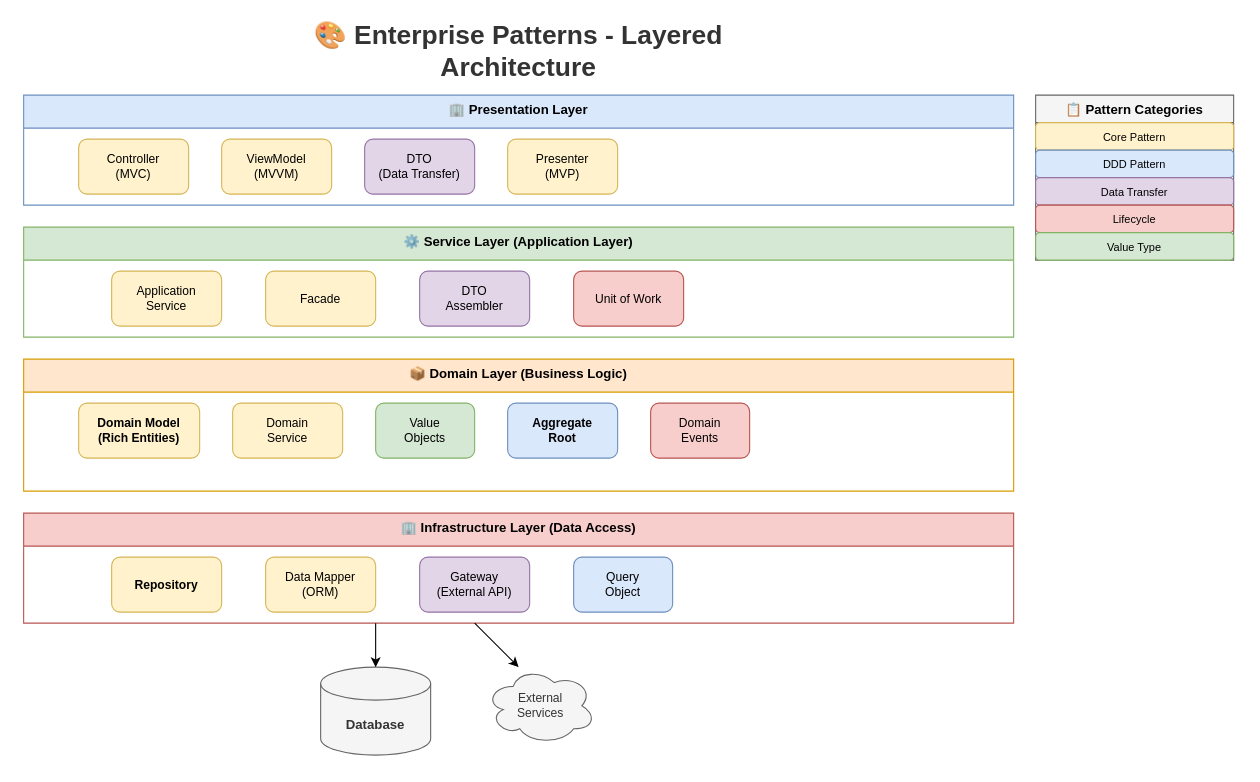
This is lesson-01-software-design-architecture/01-design-patterns/1.4-enterprise-patterns-layers.drawio from MrParkerZ7/document-lesson-software-architect-x-claude, a draw.io file, before an edit. Source tidied: cells renumbered, new cells numbered last; positions are measured from the earlier drawing's top-left corner, leaving out a move shared by most shapes. Both pictures are drawn from the tidied source at 110%, with x=0, y=0 at pixel (23, 29).
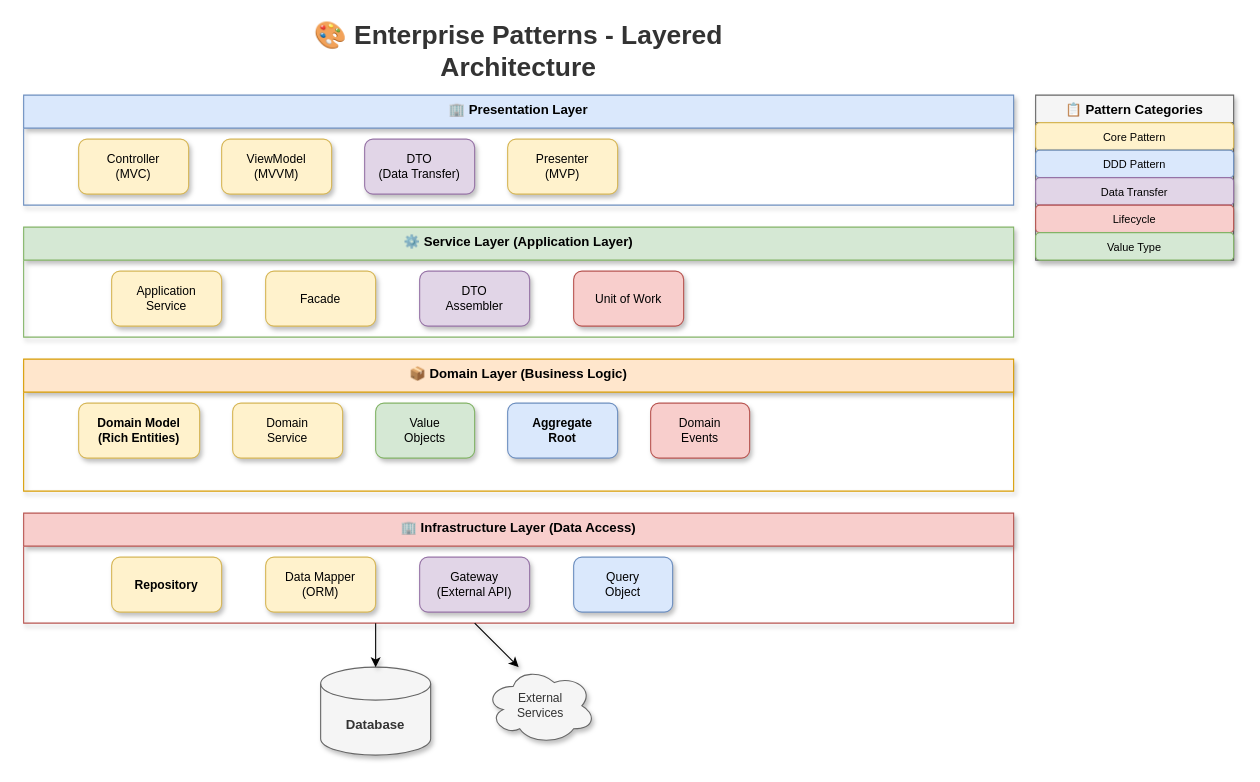
After the change.

Change to the diagram source:
```diff
@@
-    <mxCell id="3" value="🏢 Presentation Layer" style="swimlane;fontStyle=1;align=center;verticalAlign=top;horizontal=1;startSize=30;fillColor=#dae8fc;strokeColor=#6c8ebf;" parent="1" vertex="1">
+    <mxCell id="3" value="🏢 Presentation Layer" style="swimlane;fontStyle=1;align=center;verticalAlign=top;horizontal=1;startSize=30;fillColor=#dae8fc;strokeColor=#6c8ebf;shadow=1;rounded=0;" parent="1" vertex="1">
       <mxGeometry y="60" width="900" height="100" as="geometry" />
     </mxCell>
@@
-    <mxCell id="5" value="Controller&#10;(MVC)" style="rounded=1;whiteSpace=wrap;html=1;fillColor=#fff2cc;strokeColor=#d6b656;fontSize=11;" parent="1" vertex="1">
+    <mxCell id="5" value="Controller&#10;(MVC)" style="rounded=1;whiteSpace=wrap;html=1;fillColor=#fff2cc;strokeColor=#d6b656;fontSize=11;shadow=1;" parent="1" vertex="1">
       <mxGeometry x="50" y="100" width="100" height="50" as="geometry" />
     </mxCell>
-    <mxCell id="6" value="ViewModel&#10;(MVVM)" style="rounded=1;whiteSpace=wrap;html=1;fillColor=#fff2cc;strokeColor=#d6b656;fontSize=11;" parent="1" vertex="1">
+    <mxCell id="6" value="ViewModel&#10;(MVVM)" style="rounded=1;whiteSpace=wrap;html=1;fillColor=#fff2cc;strokeColor=#d6b656;fontSize=11;shadow=1;" parent="1" vertex="1">
       <mxGeometry x="180" y="100" width="100" height="50" as="geometry" />
     </mxCell>
-    <mxCell id="7" value="DTO&#10;(Data Transfer)" style="rounded=1;whiteSpace=wrap;html=1;fillColor=#e1d5e7;strokeColor=#9673a6;fontSize=11;" parent="1" vertex="1">
+    <mxCell id="7" value="DTO&#10;(Data Transfer)" style="rounded=1;whiteSpace=wrap;html=1;fillColor=#e1d5e7;strokeColor=#9673a6;fontSize=11;shadow=1;" parent="1" vertex="1">
       <mxGeometry x="310" y="100" width="100" height="50" as="geometry" />
     </mxCell>
-    <mxCell id="8" value="Presenter&#10;(MVP)" style="rounded=1;whiteSpace=wrap;html=1;fillColor=#fff2cc;strokeColor=#d6b656;fontSize=11;" parent="1" vertex="1">
+    <mxCell id="8" value="Presenter&#10;(MVP)" style="rounded=1;whiteSpace=wrap;html=1;fillColor=#fff2cc;strokeColor=#d6b656;fontSize=11;shadow=1;" parent="1" vertex="1">
       <mxGeometry x="440" y="100" width="100" height="50" as="geometry" />
     </mxCell>
-    <mxCell id="9" value="⚙️ Service Layer (Application Layer)" style="swimlane;fontStyle=1;align=center;verticalAlign=top;horizontal=1;startSize=30;fillColor=#d5e8d4;strokeColor=#82b366;" parent="1" vertex="1">
+    <mxCell id="9" value="⚙️ Service Layer (Application Layer)" style="swimlane;fontStyle=1;align=center;verticalAlign=top;horizontal=1;startSize=30;fillColor=#d5e8d4;strokeColor=#82b366;shadow=1;rounded=0;" parent="1" vertex="1">
       <mxGeometry y="180" width="900" height="100" as="geometry" />
     </mxCell>
@@
-    <mxCell id="11" value="Application&#10;Service" style="rounded=1;whiteSpace=wrap;html=1;fillColor=#fff2cc;strokeColor=#d6b656;fontSize=11;" parent="1" vertex="1">
+    <mxCell id="11" value="Application&#10;Service" style="rounded=1;whiteSpace=wrap;html=1;fillColor=#fff2cc;strokeColor=#d6b656;fontSize=11;shadow=1;" parent="1" vertex="1">
       <mxGeometry x="80" y="220" width="100" height="50" as="geometry" />
     </mxCell>
-    <mxCell id="12" value="Facade" style="rounded=1;whiteSpace=wrap;html=1;fillColor=#fff2cc;strokeColor=#d6b656;fontSize=11;" parent="1" vertex="1">
+    <mxCell id="12" value="Facade" style="rounded=1;whiteSpace=wrap;html=1;fillColor=#fff2cc;strokeColor=#d6b656;fontSize=11;shadow=1;" parent="1" vertex="1">
       <mxGeometry x="220" y="220" width="100" height="50" as="geometry" />
     </mxCell>
-    <mxCell id="13" value="DTO&#10;Assembler" style="rounded=1;whiteSpace=wrap;html=1;fillColor=#e1d5e7;strokeColor=#9673a6;fontSize=11;" parent="1" vertex="1">
+    <mxCell id="13" value="DTO&#10;Assembler" style="rounded=1;whiteSpace=wrap;html=1;fillColor=#e1d5e7;strokeColor=#9673a6;fontSize=11;shadow=1;" parent="1" vertex="1">
       <mxGeometry x="360" y="220" width="100" height="50" as="geometry" />
     </mxCell>
-    <mxCell id="14" value="Unit of Work" style="rounded=1;whiteSpace=wrap;html=1;fillColor=#f8cecc;strokeColor=#b85450;fontSize=11;" parent="1" vertex="1">
+    <mxCell id="14" value="Unit of Work" style="rounded=1;whiteSpace=wrap;html=1;fillColor=#f8cecc;strokeColor=#b85450;fontSize=11;shadow=1;" parent="1" vertex="1">
       <mxGeometry x="500" y="220" width="100" height="50" as="geometry" />
     </mxCell>
-    <mxCell id="15" value="📦 Domain Layer (Business Logic)" style="swimlane;fontStyle=1;align=center;verticalAlign=top;horizontal=1;startSize=30;fillColor=#ffe6cc;strokeColor=#d79b00;" parent="1" vertex="1">
+    <mxCell id="15" value="📦 Domain Layer (Business Logic)" style="swimlane;fontStyle=1;align=center;verticalAlign=top;horizontal=1;startSize=30;fillColor=#ffe6cc;strokeColor=#d79b00;shadow=1;rounded=0;" parent="1" vertex="1">
       <mxGeometry y="300" width="900" height="120" as="geometry" />
     </mxCell>
@@
-    <mxCell id="17" value="Domain Model&#10;(Rich Entities)" style="rounded=1;whiteSpace=wrap;html=1;fillColor=#fff2cc;strokeColor=#d6b656;fontSize=11;fontStyle=1;" parent="1" vertex="1">
+    <mxCell id="17" value="Domain Model&#10;(Rich Entities)" style="rounded=1;whiteSpace=wrap;html=1;fillColor=#fff2cc;strokeColor=#d6b656;fontSize=11;fontStyle=1;shadow=1;" parent="1" vertex="1">
       <mxGeometry x="50" y="340" width="110" height="50" as="geometry" />
     </mxCell>
-    <mxCell id="18" value="Domain&#10;Service" style="rounded=1;whiteSpace=wrap;html=1;fillColor=#fff2cc;strokeColor=#d6b656;fontSize=11;" parent="1" vertex="1">
+    <mxCell id="18" value="Domain&#10;Service" style="rounded=1;whiteSpace=wrap;html=1;fillColor=#fff2cc;strokeColor=#d6b656;fontSize=11;shadow=1;" parent="1" vertex="1">
       <mxGeometry x="190" y="340" width="100" height="50" as="geometry" />
     </mxCell>
-    <mxCell id="19" value="Value&#10;Objects" style="rounded=1;whiteSpace=wrap;html=1;fillColor=#d5e8d4;strokeColor=#82b366;fontSize=11;" parent="1" vertex="1">
+    <mxCell id="19" value="Value&#10;Objects" style="rounded=1;whiteSpace=wrap;html=1;fillColor=#d5e8d4;strokeColor=#82b366;fontSize=11;shadow=1;" parent="1" vertex="1">
       <mxGeometry x="320" y="340" width="90" height="50" as="geometry" />
     </mxCell>
-    <mxCell id="20" value="Aggregate&#10;Root" style="rounded=1;whiteSpace=wrap;html=1;fillColor=#dae8fc;strokeColor=#6c8ebf;fontSize=11;fontStyle=1;" parent="1" vertex="1">
+    <mxCell id="20" value="Aggregate&#10;Root" style="rounded=1;whiteSpace=wrap;html=1;fillColor=#dae8fc;strokeColor=#6c8ebf;fontSize=11;fontStyle=1;shadow=1;" parent="1" vertex="1">
       <mxGeometry x="440" y="340" width="100" height="50" as="geometry" />
     </mxCell>
-    <mxCell id="21" value="Domain&#10;Events" style="rounded=1;whiteSpace=wrap;html=1;fillColor=#f8cecc;strokeColor=#b85450;fontSize=11;" parent="1" vertex="1">
+    <mxCell id="21" value="Domain&#10;Events" style="rounded=1;whiteSpace=wrap;html=1;fillColor=#f8cecc;strokeColor=#b85450;fontSize=11;shadow=1;" parent="1" vertex="1">
       <mxGeometry x="570" y="340" width="90" height="50" as="geometry" />
     </mxCell>
-    <mxCell id="22" value="🏢 Infrastructure Layer (Data Access)" style="swimlane;fontStyle=1;align=center;verticalAlign=top;horizontal=1;startSize=30;fillColor=#f8cecc;strokeColor=#b85450;" parent="1" vertex="1">
+    <mxCell id="22" value="🏢 Infrastructure Layer (Data Access)" style="swimlane;fontStyle=1;align=center;verticalAlign=top;horizontal=1;startSize=30;fillColor=#f8cecc;strokeColor=#b85450;shadow=1;rounded=0;" parent="1" vertex="1">
       <mxGeometry y="440" width="900" height="100" as="geometry" />
     </mxCell>
@@
-    <mxCell id="24" value="Repository" style="rounded=1;whiteSpace=wrap;html=1;fillColor=#fff2cc;strokeColor=#d6b656;fontSize=11;fontStyle=1;" parent="1" vertex="1">
+    <mxCell id="24" value="Repository" style="rounded=1;whiteSpace=wrap;html=1;fillColor=#fff2cc;strokeColor=#d6b656;fontSize=11;fontStyle=1;shadow=1;" parent="1" vertex="1">
       <mxGeometry x="80" y="480" width="100" height="50" as="geometry" />
     </mxCell>
-    <mxCell id="25" value="Data Mapper&#10;(ORM)" style="rounded=1;whiteSpace=wrap;html=1;fillColor=#fff2cc;strokeColor=#d6b656;fontSize=11;" parent="1" vertex="1">
+    <mxCell id="25" value="Data Mapper&#10;(ORM)" style="rounded=1;whiteSpace=wrap;html=1;fillColor=#fff2cc;strokeColor=#d6b656;fontSize=11;shadow=1;" parent="1" vertex="1">
       <mxGeometry x="220" y="480" width="100" height="50" as="geometry" />
     </mxCell>
-    <mxCell id="26" value="Gateway&#10;(External API)" style="rounded=1;whiteSpace=wrap;html=1;fillColor=#e1d5e7;strokeColor=#9673a6;fontSize=11;" parent="1" vertex="1">
+    <mxCell id="26" value="Gateway&#10;(External API)" style="rounded=1;whiteSpace=wrap;html=1;fillColor=#e1d5e7;strokeColor=#9673a6;fontSize=11;shadow=1;" parent="1" vertex="1">
       <mxGeometry x="360" y="480" width="100" height="50" as="geometry" />
     </mxCell>
-    <mxCell id="27" value="Query&#10;Object" style="rounded=1;whiteSpace=wrap;html=1;fillColor=#dae8fc;strokeColor=#6c8ebf;fontSize=11;" parent="1" vertex="1">
+    <mxCell id="27" value="Query&#10;Object" style="rounded=1;whiteSpace=wrap;html=1;fillColor=#dae8fc;strokeColor=#6c8ebf;fontSize=11;shadow=1;" parent="1" vertex="1">
       <mxGeometry x="500" y="480" width="90" height="50" as="geometry" />
     </mxCell>
-    <mxCell id="28" value="Database" style="shape=cylinder3;whiteSpace=wrap;html=1;boundedLbl=1;backgroundOutline=1;size=15;fillColor=#f5f5f5;strokeColor=#666666;fontColor=#333333;fontSize=12;fontStyle=1;" parent="1" vertex="1">
+    <mxCell id="28" value="Database" style="shape=cylinder3;whiteSpace=wrap;html=1;boundedLbl=1;backgroundOutline=1;size=15;fillColor=#f5f5f5;strokeColor=#666666;fontColor=#333333;fontSize=12;fontStyle=1;shadow=1;" parent="1" vertex="1">
       <mxGeometry x="270" y="580" width="100" height="80" as="geometry" />
     </mxCell>
-    <mxCell id="29" value="External&#10;Services" style="ellipse;shape=cloud;whiteSpace=wrap;html=1;fillColor=#f5f5f5;strokeColor=#666666;fontColor=#333333;fontSize=11;" parent="1" vertex="1">
+    <mxCell id="29" value="External&#10;Services" style="ellipse;shape=cloud;whiteSpace=wrap;html=1;fillColor=#f5f5f5;strokeColor=#666666;fontColor=#333333;fontSize=11;shadow=1;" parent="1" vertex="1">
       <mxGeometry x="420" y="580" width="100" height="70" as="geometry" />
     </mxCell>
-    <mxCell id="30" style="endArrow=classic;html=1;exitX=0.5;exitY=1;exitDx=0;exitDy=0;entryX=0.5;entryY=0;entryDx=0;entryDy=0;" parent="1" edge="1">
+    <mxCell id="30" style="endArrow=classic;html=1;exitX=0.5;exitY=1;exitDx=0;exitDy=0;entryX=0.5;entryY=0;entryDx=0;entryDy=0;curved=1;shadow=1;flowAnimation=1;jumpStyle=arc;" parent="1" edge="1">
       <mxGeometry relative="1" as="geometry">
         <mxPoint x="320" y="540" as="sourcePoint" />
         <mxPoint x="320" y="580" as="targetPoint" />
       </mxGeometry>
     </mxCell>
-    <mxCell id="31" style="endArrow=classic;html=1;exitX=0.5;exitY=1;exitDx=0;exitDy=0;" parent="1" edge="1">
+    <mxCell id="31" style="endArrow=classic;html=1;exitX=0.5;exitY=1;exitDx=0;exitDy=0;curved=1;shadow=1;flowAnimation=1;jumpStyle=arc;" parent="1" edge="1">
       <mxGeometry relative="1" as="geometry">
         <mxPoint x="410" y="540" as="sourcePoint" />
         <mxPoint x="450" y="580" as="targetPoint" />
       </mxGeometry>
     </mxCell>
-    <mxCell id="32" value="📋 Pattern Categories" style="swimlane;fontStyle=1;align=center;verticalAlign=top;horizontal=1;startSize=25;fillColor=#f5f5f5;strokeColor=#666666;" parent="1" vertex="1">
+    <mxCell id="32" value="📋 Pattern Categories" style="swimlane;fontStyle=1;align=center;verticalAlign=top;horizontal=1;startSize=25;fillColor=#f5f5f5;strokeColor=#666666;shadow=1;rounded=0;" parent="1" vertex="1">
       <mxGeometry x="920" y="60" width="180" height="150" as="geometry" />
     </mxCell>
-    <mxCell id="33" value="Core Pattern" style="rounded=1;whiteSpace=wrap;html=1;fillColor=#fff2cc;strokeColor=#d6b656;fontSize=10;" parent="32" vertex="1">
+    <mxCell id="33" value="Core Pattern" style="rounded=1;whiteSpace=wrap;html=1;fillColor=#fff2cc;strokeColor=#d6b656;fontSize=10;shadow=1;" parent="32" vertex="1">
       <mxGeometry y="25" width="180" height="25" as="geometry" />
     </mxCell>
-    <mxCell id="34" value="DDD Pattern" style="rounded=1;whiteSpace=wrap;html=1;fillColor=#dae8fc;strokeColor=#6c8ebf;fontSize=10;" parent="32" vertex="1">
+    <mxCell id="34" value="DDD Pattern" style="rounded=1;whiteSpace=wrap;html=1;fillColor=#dae8fc;strokeColor=#6c8ebf;fontSize=10;shadow=1;" parent="32" vertex="1">
       <mxGeometry y="50" width="180" height="25" as="geometry" />
     </mxCell>
-    <mxCell id="35" value="Data Transfer" style="rounded=1;whiteSpace=wrap;html=1;fillColor=#e1d5e7;strokeColor=#9673a6;fontSize=10;" parent="32" vertex="1">
+    <mxCell id="35" value="Data Transfer" style="rounded=1;whiteSpace=wrap;html=1;fillColor=#e1d5e7;strokeColor=#9673a6;fontSize=10;shadow=1;" parent="32" vertex="1">
       <mxGeometry y="75" width="180" height="25" as="geometry" />
     </mxCell>
-    <mxCell id="36" value="Lifecycle" style="rounded=1;whiteSpace=wrap;html=1;fillColor=#f8cecc;strokeColor=#b85450;fontSize=10;" parent="32" vertex="1">
+    <mxCell id="36" value="Lifecycle" style="rounded=1;whiteSpace=wrap;html=1;fillColor=#f8cecc;strokeColor=#b85450;fontSize=10;shadow=1;" parent="32" vertex="1">
       <mxGeometry y="100" width="180" height="25" as="geometry" />
     </mxCell>
-    <mxCell id="37" value="Value Type" style="rounded=1;whiteSpace=wrap;html=1;fillColor=#d5e8d4;strokeColor=#82b366;fontSize=10;" parent="32" vertex="1">
+    <mxCell id="37" value="Value Type" style="rounded=1;whiteSpace=wrap;html=1;fillColor=#d5e8d4;strokeColor=#82b366;fontSize=10;shadow=1;" parent="32" vertex="1">
       <mxGeometry y="125" width="180" height="25" as="geometry" />
     </mxCell>
```
